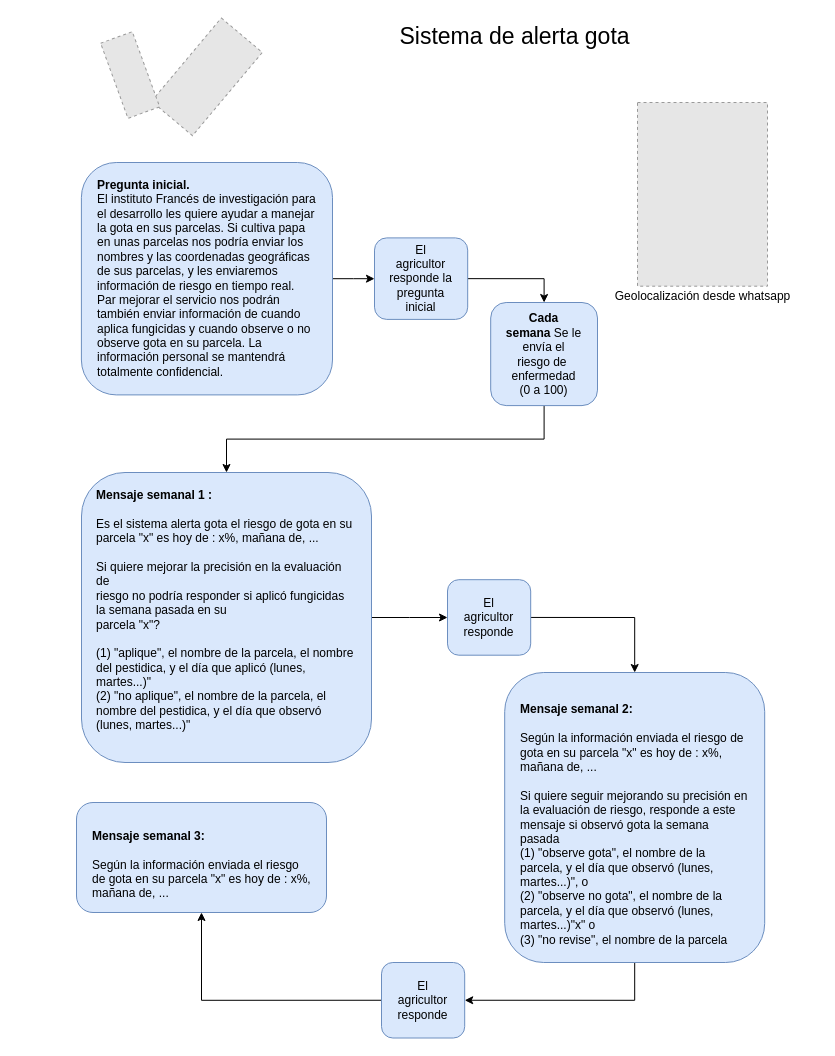
Above: AlertaGota.drawio in stdupas/agromakersPorVoz (draw.io), before the change. Source tidied: cells renumbered, new cells numbered last; positions are measured from the earlier drawing's top-left corner, leaving out a move shared by most shapes. Both pictures are drawn from the tidied source at 100%, with x=0, y=0 at pixel (76, 22). Pictures stored in the file or linked from it are replaced by grey dashed boxes.
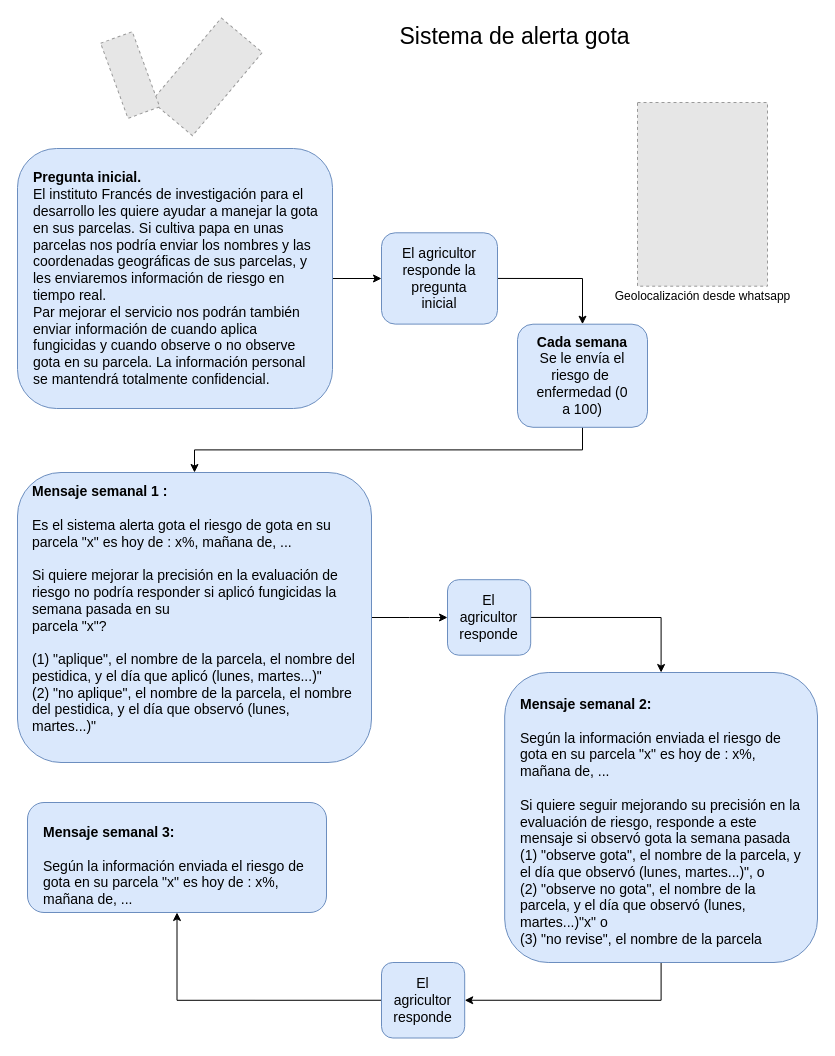
Above is the later version.

Diff of the diagram source:
```diff
@@
-    <mxCell id="9" value="El agricultor responde la pregunta inicial" style="rounded=1;whiteSpace=wrap;html=1;fillColor=#dae8fc;strokeColor=#6c8ebf;spacingRight=8;spacingLeft=8;spacingBottom=8;spacingTop=8;spacing=8;" parent="1" vertex="1">
-      <mxGeometry x="298" y="215.4" width="93.2" height="81.5" as="geometry" />
+    <mxCell id="9" value="&lt;font style=&quot;font-size: 14px&quot;&gt;El agricultor responde la pregunta inicial&lt;/font&gt;" style="rounded=1;whiteSpace=wrap;html=1;fillColor=#dae8fc;strokeColor=#6c8ebf;spacingRight=8;spacingLeft=8;spacingBottom=8;spacingTop=8;spacing=8;" parent="1" vertex="1">
+      <mxGeometry x="305" y="210.3" width="116" height="91.3" as="geometry" />
     </mxCell>
-    <mxCell id="10" value="&lt;div&gt;&lt;b&gt;Pregunta inicial. &lt;/b&gt;&lt;br&gt;&lt;/div&gt;&lt;div&gt;El instituto Francés de investigación para el desarrollo les quiere ayudar a manejar la gota en sus parcelas. Si cultiva papa en unas parcelas nos podría enviar los nombres y las coordenadas geográficas de sus parcelas, y les enviaremos información de riesgo en tiempo real. &lt;br&gt;&lt;/div&gt;&lt;div&gt;Par mejorar el servicio nos podrán también enviar información de cuando aplica fungicidas y cuando observe o no observe gota en su parcela. La información personal se mantendrá totalmente confidencial. &lt;br&gt;&lt;/div&gt;" style="rounded=1;whiteSpace=wrap;html=1;fillColor=#dae8fc;strokeColor=#6c8ebf;spacingRight=8;spacingLeft=8;spacingBottom=8;spacingTop=8;spacing=8;align=left;" parent="1" vertex="1">
-      <mxGeometry x="4.9" y="140" width="251.1" height="232.4" as="geometry" />
+    <mxCell id="10" value="&lt;div style=&quot;font-size: 14px&quot;&gt;&lt;font style=&quot;font-size: 14px&quot;&gt;&lt;b&gt;Pregunta inicial. &lt;/b&gt;&lt;br&gt;&lt;/font&gt;&lt;/div&gt;&lt;div style=&quot;font-size: 14px&quot;&gt;&lt;font style=&quot;font-size: 14px&quot;&gt;El instituto Francés de investigación para el desarrollo les quiere ayudar a manejar la gota en sus parcelas. Si cultiva papa en unas parcelas nos podría enviar los nombres y las coordenadas geográficas de sus parcelas, y les enviaremos información de riesgo en tiempo real. &lt;br&gt;&lt;/font&gt;&lt;/div&gt;&lt;div style=&quot;font-size: 14px&quot;&gt;&lt;font style=&quot;font-size: 14px&quot;&gt;Par mejorar el servicio nos podrán también enviar información de cuando aplica fungicidas y cuando observe o no observe gota en su parcela. La información personal se mantendrá totalmente confidencial. &lt;br&gt;&lt;/font&gt;&lt;/div&gt;" style="rounded=1;whiteSpace=wrap;html=1;fillColor=#dae8fc;strokeColor=#6c8ebf;spacingRight=8;spacingLeft=8;spacingBottom=8;spacingTop=8;spacing=8;align=left;" parent="1" vertex="1">
+      <mxGeometry x="-59" y="126" width="315" height="260" as="geometry" />
     </mxCell>
@@
-    <mxCell id="13" value="&lt;div align=&quot;left&quot;&gt;&lt;br&gt;&lt;/div&gt;&lt;div align=&quot;left&quot;&gt;&lt;b&gt;Mensaje semanal 2:&amp;nbsp; &lt;/b&gt;&lt;br&gt;&lt;/div&gt;&lt;div align=&quot;left&quot;&gt;&lt;br&gt;&lt;/div&gt;&lt;div align=&quot;left&quot;&gt;Según la información enviada el riesgo de gota en su parcela &quot;x&quot; es hoy de : x%, mañana de, ... &lt;br&gt;&lt;/div&gt;&lt;div align=&quot;left&quot;&gt;&lt;br&gt;&lt;/div&gt;&lt;div align=&quot;left&quot;&gt;Si quiere seguir mejorando su precisión en la evaluación de riesgo, responde a este mensaje si observó gota la semana pasada&lt;br&gt;&lt;/div&gt;&lt;div align=&quot;left&quot;&gt;(1) &quot;observe gota&quot;, el nombre de la parcela, y el día que observó (lunes, martes...)&quot;, o &lt;br&gt;&lt;/div&gt;&lt;div align=&quot;left&quot;&gt;(2) &quot;observe no gota&quot;, el nombre de la parcela, y el día que observó (lunes, martes...)&quot;x&quot; o &lt;br&gt;&lt;/div&gt;&lt;div align=&quot;left&quot;&gt;(3) &quot;no revise&quot;, el nombre de la parcela&lt;/div&gt;" style="rounded=1;whiteSpace=wrap;html=1;fillColor=#dae8fc;strokeColor=#6c8ebf;spacingRight=8;spacingLeft=8;spacingBottom=8;spacingTop=8;spacing=8;align=left;" parent="1" vertex="1">
-      <mxGeometry x="428.2" y="650" width="260" height="290" as="geometry" />
+    <mxCell id="13" value="&lt;div style=&quot;font-size: 14px&quot; align=&quot;left&quot;&gt;&lt;font style=&quot;font-size: 14px&quot;&gt;&lt;br&gt;&lt;/font&gt;&lt;/div&gt;&lt;div style=&quot;font-size: 14px&quot; align=&quot;left&quot;&gt;&lt;font style=&quot;font-size: 14px&quot;&gt;&lt;b&gt;Mensaje semanal 2:&amp;nbsp; &lt;/b&gt;&lt;br&gt;&lt;/font&gt;&lt;/div&gt;&lt;div style=&quot;font-size: 14px&quot; align=&quot;left&quot;&gt;&lt;font style=&quot;font-size: 14px&quot;&gt;&lt;br&gt;&lt;/font&gt;&lt;/div&gt;&lt;div style=&quot;font-size: 14px&quot; align=&quot;left&quot;&gt;&lt;font style=&quot;font-size: 14px&quot;&gt;Según la información enviada el riesgo de gota en su parcela &quot;x&quot; es hoy de : x%, mañana de, ... &lt;br&gt;&lt;/font&gt;&lt;/div&gt;&lt;div style=&quot;font-size: 14px&quot; align=&quot;left&quot;&gt;&lt;font style=&quot;font-size: 14px&quot;&gt;&lt;br&gt;&lt;/font&gt;&lt;/div&gt;&lt;div style=&quot;font-size: 14px&quot; align=&quot;left&quot;&gt;&lt;font style=&quot;font-size: 14px&quot;&gt;Si quiere seguir mejorando su precisión en la evaluación de riesgo, responde a este mensaje si observó gota la semana pasada&lt;br&gt;&lt;/font&gt;&lt;/div&gt;&lt;div style=&quot;font-size: 14px&quot; align=&quot;left&quot;&gt;&lt;font style=&quot;font-size: 14px&quot;&gt;(1) &quot;observe gota&quot;, el nombre de la parcela, y el día que observó (lunes, martes...)&quot;, o &lt;br&gt;&lt;/font&gt;&lt;/div&gt;&lt;div style=&quot;font-size: 14px&quot; align=&quot;left&quot;&gt;&lt;font style=&quot;font-size: 14px&quot;&gt;(2) &quot;observe no gota&quot;, el nombre de la parcela, y el día que observó (lunes, martes...)&quot;x&quot; o &lt;br&gt;&lt;/font&gt;&lt;/div&gt;&lt;div style=&quot;font-size: 14px&quot; align=&quot;left&quot;&gt;&lt;font style=&quot;font-size: 14px&quot;&gt;(3) &quot;no revise&quot;, el nombre de la parcela&lt;/font&gt;&lt;/div&gt;" style="rounded=1;whiteSpace=wrap;html=1;fillColor=#dae8fc;strokeColor=#6c8ebf;spacingRight=8;spacingLeft=8;spacingBottom=16;spacingTop=8;spacing=8;align=left;" parent="1" vertex="1">
+      <mxGeometry x="428.2" y="650" width="312.8" height="290" as="geometry" />
     </mxCell>
@@
-    <mxCell id="15" value="&lt;b&gt;Cada semana&lt;/b&gt; Se le envía el riesgo de&amp;nbsp; enfermedad (0 a 100)" style="rounded=1;whiteSpace=wrap;html=1;fillColor=#dae8fc;strokeColor=#6c8ebf;spacingRight=8;spacingLeft=8;spacingBottom=8;spacingTop=8;spacing=8;" parent="1" vertex="1">
-      <mxGeometry x="414.2" y="280" width="106.8" height="103.1" as="geometry" />
+    <mxCell id="15" value="&lt;font style=&quot;font-size: 14px&quot;&gt;&lt;b&gt;Cada semana&lt;/b&gt; Se le envía el riesgo de&amp;nbsp; enfermedad (0 a 100)&lt;/font&gt;" style="rounded=1;whiteSpace=wrap;html=1;fillColor=#dae8fc;strokeColor=#6c8ebf;spacingRight=8;spacingLeft=8;spacingBottom=8;spacingTop=8;spacing=8;" parent="1" vertex="1">
+      <mxGeometry x="441" y="301.7" width="130" height="103.1" as="geometry" />
     </mxCell>
@@
-    <mxCell id="17" value="&lt;div align=&quot;center&quot;&gt;&lt;br&gt;&lt;/div&gt;&lt;div align=&quot;left&quot;&gt;&lt;b&gt;Mensaje semanal 1 :&amp;nbsp; &lt;/b&gt;&lt;br&gt;&lt;/div&gt;&lt;div align=&quot;left&quot;&gt;&lt;br&gt;&lt;/div&gt;&lt;div align=&quot;left&quot;&gt;Es el sistema alerta gota el riesgo de gota en su parcela &quot;x&quot; es hoy de : x%, mañana de, ... &lt;br&gt;&lt;/div&gt;&lt;div align=&quot;left&quot;&gt;&lt;br&gt;&lt;/div&gt;&lt;div align=&quot;left&quot;&gt;Si quiere mejorar la precisión en la evaluación de &lt;br&gt;riesgo no podría responder si aplicó fungicidas la semana pasada en su &lt;br&gt;parcela &quot;x&quot;?&lt;br&gt;&lt;div align=&quot;left&quot;&gt;&lt;br&gt;&lt;/div&gt;&lt;div align=&quot;left&quot;&gt;(1) &quot;aplique&quot;, el nombre de la parcela, el nombre del pestidica, y el día que aplicó (lunes, martes...)&quot; &lt;br&gt;&lt;/div&gt;&lt;div align=&quot;left&quot;&gt;(2) &quot;no aplique&quot;, el nombre de la parcela, el nombre del pestidica, y el día que observó (lunes, martes...)&quot;&lt;/div&gt;&lt;/div&gt;&lt;div align=&quot;left&quot;&gt;&lt;br&gt;&lt;div align=&quot;left&quot;&gt;&lt;br&gt;&lt;/div&gt;&lt;/div&gt;" style="rounded=1;whiteSpace=wrap;html=1;fillColor=#dae8fc;strokeColor=#6c8ebf;spacingRight=8;spacingLeft=8;spacingBottom=8;spacingTop=8;spacing=8;" parent="1" vertex="1">
-      <mxGeometry x="5" y="450" width="290" height="290" as="geometry" />
+    <mxCell id="17" value="&lt;div style=&quot;font-size: 14px&quot; align=&quot;center&quot;&gt;&lt;font style=&quot;font-size: 14px&quot;&gt;&lt;br&gt;&lt;/font&gt;&lt;/div&gt;&lt;div style=&quot;font-size: 14px&quot; align=&quot;left&quot;&gt;&lt;font style=&quot;font-size: 14px&quot;&gt;&lt;b&gt;Mensaje semanal 1 :&amp;nbsp; &lt;/b&gt;&lt;br&gt;&lt;/font&gt;&lt;/div&gt;&lt;div style=&quot;font-size: 14px&quot; align=&quot;left&quot;&gt;&lt;font style=&quot;font-size: 14px&quot;&gt;&lt;br&gt;&lt;/font&gt;&lt;/div&gt;&lt;div style=&quot;font-size: 14px&quot; align=&quot;left&quot;&gt;&lt;font style=&quot;font-size: 14px&quot;&gt;Es el sistema alerta gota el riesgo de gota en su parcela &quot;x&quot; es hoy de : x%, mañana de, ... &lt;br&gt;&lt;/font&gt;&lt;/div&gt;&lt;div style=&quot;font-size: 14px&quot; align=&quot;left&quot;&gt;&lt;font style=&quot;font-size: 14px&quot;&gt;&lt;br&gt;&lt;/font&gt;&lt;/div&gt;&lt;div style=&quot;font-size: 14px&quot; align=&quot;left&quot;&gt;&lt;font style=&quot;font-size: 14px&quot;&gt;Si quiere mejorar la precisión en la evaluación de &lt;br&gt;riesgo no podría responder si aplicó fungicidas la semana pasada en su &lt;br&gt;parcela &quot;x&quot;?&lt;br&gt;&lt;/font&gt;&lt;div align=&quot;left&quot;&gt;&lt;font style=&quot;font-size: 14px&quot;&gt;&lt;br&gt;&lt;/font&gt;&lt;/div&gt;&lt;div align=&quot;left&quot;&gt;&lt;font style=&quot;font-size: 14px&quot;&gt;(1) &quot;aplique&quot;, el nombre de la parcela, el nombre del pestidica, y el día que aplicó (lunes, martes...)&quot; &lt;br&gt;&lt;/font&gt;&lt;/div&gt;&lt;div align=&quot;left&quot;&gt;&lt;font style=&quot;font-size: 14px&quot;&gt;(2) &quot;no aplique&quot;, el nombre de la parcela, el nombre del pestidica, y el día que observó (lunes, martes...)&quot;&lt;/font&gt;&lt;/div&gt;&lt;/div&gt;&lt;div style=&quot;font-size: 14px&quot; align=&quot;left&quot;&gt;&lt;font style=&quot;font-size: 14px&quot;&gt;&lt;br&gt;&lt;/font&gt;&lt;div align=&quot;left&quot;&gt;&lt;font style=&quot;font-size: 14px&quot;&gt;&lt;br&gt;&lt;/font&gt;&lt;/div&gt;&lt;/div&gt;" style="rounded=1;whiteSpace=wrap;html=1;fillColor=#dae8fc;strokeColor=#6c8ebf;spacingRight=8;spacingLeft=8;spacingBottom=8;spacingTop=8;spacing=8;" parent="1" vertex="1">
+      <mxGeometry x="-59" y="450" width="354" height="290" as="geometry" />
     </mxCell>
@@
-    <mxCell id="19" value="El agricultor responde " style="rounded=1;whiteSpace=wrap;html=1;fillColor=#dae8fc;strokeColor=#6c8ebf;spacingRight=8;spacingLeft=8;spacingBottom=8;spacingTop=8;spacing=8;" parent="1" vertex="1">
+    <mxCell id="19" value="&lt;font style=&quot;font-size: 14px&quot;&gt;El agricultor responde &lt;/font&gt;" style="rounded=1;whiteSpace=wrap;html=1;fillColor=#dae8fc;strokeColor=#6c8ebf;spacingRight=8;spacingLeft=8;spacingBottom=8;spacingTop=8;spacing=8;" parent="1" vertex="1">
       <mxGeometry x="371" y="557.2" width="83.2" height="75.5" as="geometry" />
     </mxCell>
-    <mxCell id="20" value="&lt;div&gt;&lt;br&gt;&lt;/div&gt;&lt;div&gt;&lt;b&gt;Mensaje semanal 3:&amp;nbsp; &lt;/b&gt;&lt;br&gt;&lt;/div&gt;&lt;div&gt;&lt;br&gt;&lt;/div&gt;&lt;div&gt;Según la información enviada el riesgo de gota en su parcela &quot;x&quot; es hoy de : x%, mañana de, ... &lt;/div&gt;" style="rounded=1;whiteSpace=wrap;html=1;fillColor=#dae8fc;strokeColor=#6c8ebf;spacingRight=8;spacingLeft=8;spacingBottom=8;spacingTop=8;spacing=8;align=left;" parent="1" vertex="1">
-      <mxGeometry y="780" width="250" height="110" as="geometry" />
+    <mxCell id="20" value="&lt;div style=&quot;font-size: 14px&quot;&gt;&lt;font style=&quot;font-size: 14px&quot;&gt;&lt;br&gt;&lt;/font&gt;&lt;/div&gt;&lt;div style=&quot;font-size: 14px&quot;&gt;&lt;font style=&quot;font-size: 14px&quot;&gt;&lt;b&gt;Mensaje semanal 3:&amp;nbsp; &lt;/b&gt;&lt;br&gt;&lt;/font&gt;&lt;/div&gt;&lt;div style=&quot;font-size: 14px&quot;&gt;&lt;font style=&quot;font-size: 14px&quot;&gt;&lt;br&gt;&lt;/font&gt;&lt;/div&gt;&lt;div style=&quot;font-size: 14px&quot;&gt;&lt;font style=&quot;font-size: 14px&quot;&gt;Según la información enviada el riesgo de gota en su parcela &quot;x&quot; es hoy de : x%, mañana de, ... &lt;/font&gt;&lt;/div&gt;" style="rounded=1;whiteSpace=wrap;html=1;fillColor=#dae8fc;strokeColor=#6c8ebf;spacingRight=8;spacingLeft=8;spacingBottom=8;spacingTop=8;spacing=8;align=left;" parent="1" vertex="1">
+      <mxGeometry x="-49" y="780" width="299" height="110" as="geometry" />
     </mxCell>
-    <mxCell id="21" value="El agricultor responde " style="rounded=1;whiteSpace=wrap;html=1;fillColor=#dae8fc;strokeColor=#6c8ebf;spacingRight=8;spacingLeft=8;spacingBottom=8;spacingTop=8;spacing=8;" parent="1" vertex="1">
+    <mxCell id="21" value="&lt;font style=&quot;font-size: 14px&quot;&gt;El agricultor responde &lt;/font&gt;" style="rounded=1;whiteSpace=wrap;html=1;fillColor=#dae8fc;strokeColor=#6c8ebf;spacingRight=8;spacingLeft=8;spacingBottom=8;spacingTop=8;spacing=8;" parent="1" vertex="1">
       <mxGeometry x="305" y="940" width="83.2" height="75.5" as="geometry" />
     </mxCell>
```
